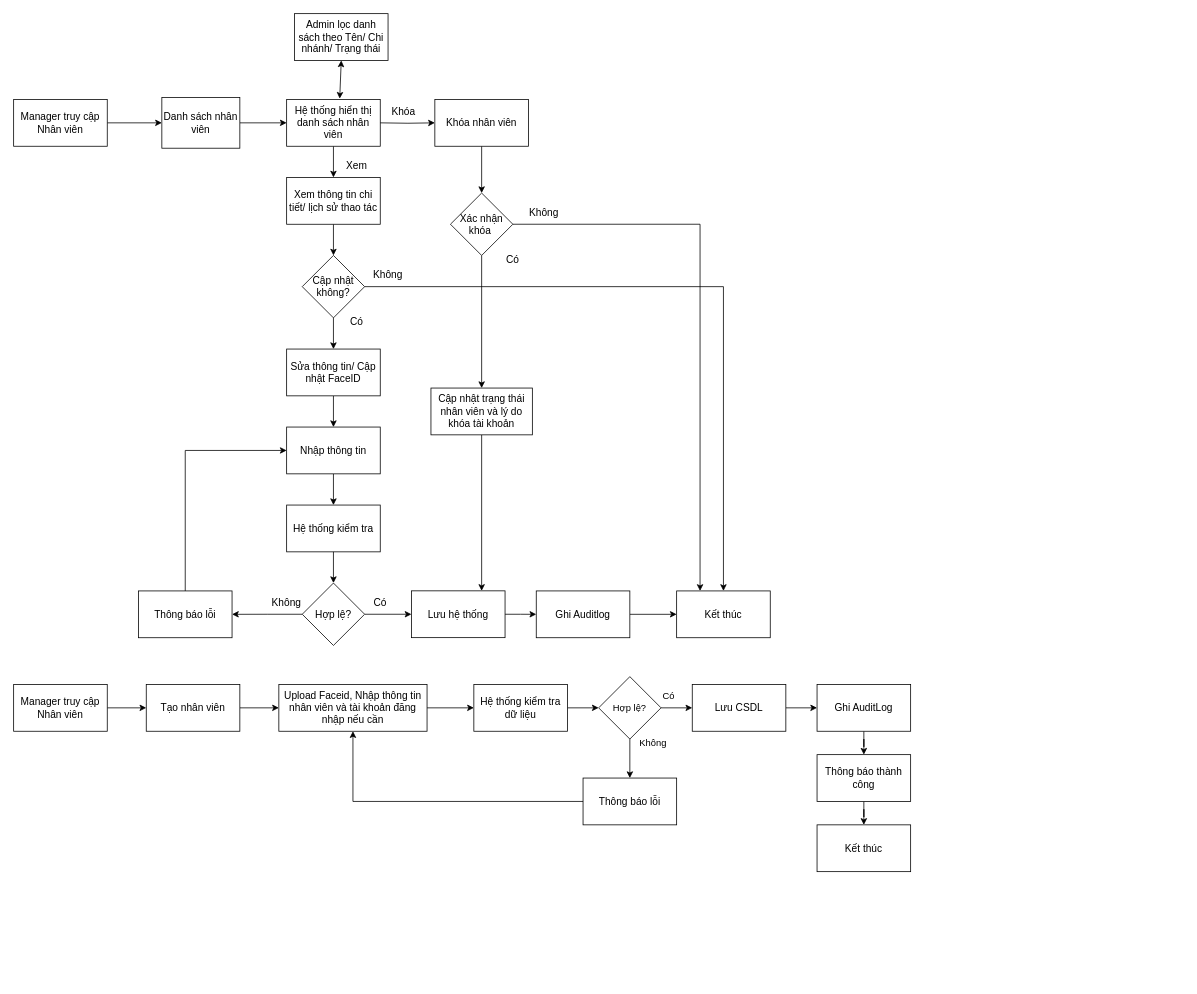
Before: SoDo/NghiepVu/Manager/Quản lý nhân viên.drawio in NguyenVanTruongdv/LuanVan, a draw.io diagram. Source tidied: cells renumbered, new cells numbered last; positions are measured from the earlier drawing's top-left corner, leaving out a move shared by most shapes. Both pictures are drawn from the tidied source at 78%, with x=0, y=0 at pixel (13, 13).
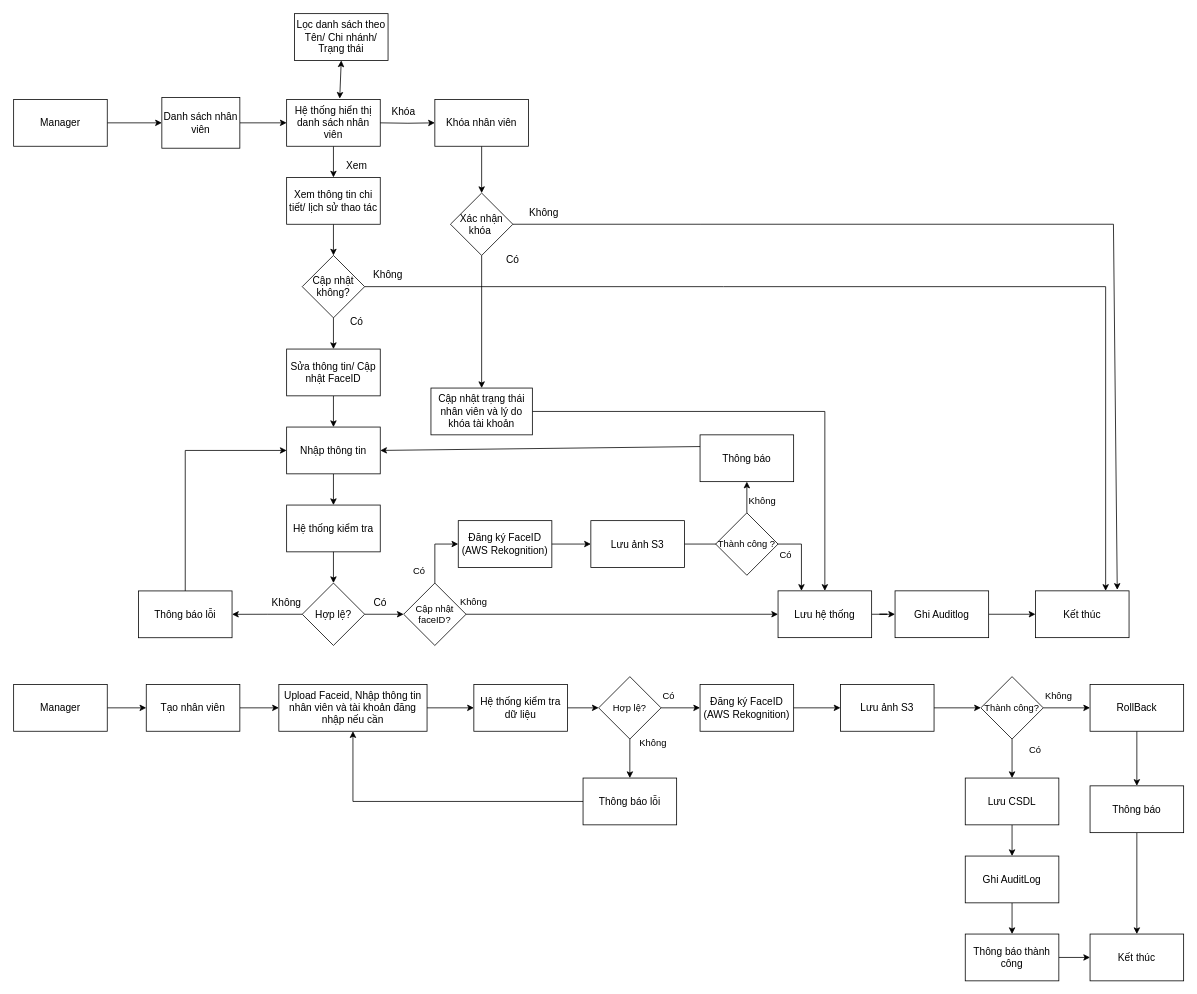
After the change.

Unchanged cells that the change refers to:
```xml
<mxCell id="17" value="Nhập thông tin" style="rounded=0;whiteSpace=wrap;html=1;fontSize=13;" parent="1" vertex="1">
  <mxGeometry x="350" y="530" width="120" height="60" as="geometry" />
</mxCell>
<mxCell id="21" value="Hợp lệ?" style="rhombus;whiteSpace=wrap;html=1;shapeInside=1;fontSize=13;" parent="1" vertex="1">
  <mxGeometry x="370" y="730" width="80" height="80" as="geometry" />
</mxCell>
<mxCell id="32" value="Cập nhật không?" style="rhombus;whiteSpace=wrap;html=1;shapeInside=1;fontSize=13;" parent="1" vertex="1">
  <mxGeometry x="370" y="310" width="80" height="80" as="geometry" />
</mxCell>
<mxCell id="39" value="Xác nhận khóa&amp;nbsp;" style="rhombus;whiteSpace=wrap;html=1;shapeInside=1;fontSize=13;" parent="1" vertex="1">
  <mxGeometry x="560" y="230" width="80" height="80" as="geometry" />
</mxCell>
<mxCell id="46" value="Cập nhật trạng thái nhân viên và lý do khóa tài khoản" style="rounded=0;whiteSpace=wrap;html=1;fontSize=13;" parent="1" vertex="1">
  <mxGeometry x="535" y="480" width="130" height="60" as="geometry" />
</mxCell>
<mxCell id="57" value="Hợp lệ?" style="rhombus;whiteSpace=wrap;html=1;shapeInside=1;" parent="1" vertex="1">
  <mxGeometry x="750" y="850" width="80" height="80" as="geometry" />
</mxCell>
```

The edit, as a diff of the source:
```diff
@@
-    <mxCell id="3" value="Manager truy cập Nhân viên" style="rounded=0;whiteSpace=wrap;html=1;fontSize=13;" parent="1" vertex="1">
+    <mxCell id="3" value="Manager" style="rounded=0;whiteSpace=wrap;html=1;fontSize=13;" parent="1" vertex="1">
       <mxGeometry y="110" width="120" height="60" as="geometry" />
     </mxCell>
@@
-    <mxCell id="8" value="Admin lọc danh sách theo Tên/ Chi nhánh/ Trạng thái" style="rounded=0;whiteSpace=wrap;html=1;fontSize=13;" parent="1" vertex="1">
+    <mxCell id="8" value="Lọc danh sách theo Tên/ Chi nhánh/ Trạng thái" style="rounded=0;whiteSpace=wrap;html=1;fontSize=13;" parent="1" vertex="1">
       <mxGeometry x="360" width="120" height="60" as="geometry" />
     </mxCell>
@@
-    <mxCell id="20" style="edgeStyle=orthogonalEdgeStyle;rounded=0;jettySize=auto;html=1;entryX=0;entryY=0.5;entryDx=0;entryDy=0;fontSize=13;" parent="1" edge="1" source="21" target="37">
-      <mxGeometry relative="1" as="geometry" />
-    </mxCell>
@@
     <mxCell id="23" value="Ghi Auditlog" style="rounded=0;whiteSpace=wrap;html=1;fontSize=13;" parent="1" vertex="1">
-      <mxGeometry x="670" y="740.1" width="120" height="60" as="geometry" />
+      <mxGeometry x="1130" y="740" width="120" height="60" as="geometry" />
     </mxCell>
@@
     <mxCell id="30" value="Kết thúc" style="rounded=0;whiteSpace=wrap;html=1;fontSize=13;" parent="1" vertex="1">
-      <mxGeometry x="850" y="740.1" width="120" height="60" as="geometry" />
+      <mxGeometry x="1310" y="740" width="120" height="60" as="geometry" />
     </mxCell>
@@
-    <mxCell id="33" style="endArrow=classic;html=1;rounded=0;exitX=1;exitY=0.5;exitDx=0;exitDy=0;entryX=0.5;entryY=0;entryDx=0;entryDy=0;fontSize=13;" parent="1" edge="1" source="32" target="30">
+    <mxCell id="33" style="endArrow=classic;html=1;rounded=0;exitX=1;exitY=0.5;exitDx=0;exitDy=0;entryX=0.75;entryY=0;entryDx=0;entryDy=0;fontSize=13;" parent="1" edge="1" source="32" target="30">
       <mxGeometry relative="1" as="geometry">
         <Array as="points">
           <mxPoint x="910" y="350" />
+          <mxPoint x="1400" y="350" />
         </Array>
       </mxGeometry>
     </mxCell>
@@
-    <mxCell id="36" style="edgeStyle=orthogonalEdgeStyle;rounded=0;jettySize=auto;html=1;fontSize=13;" parent="1" edge="1" source="37" target="23">
+    <mxCell id="36" style="edgeStyle=orthogonalEdgeStyle;rounded=0;jettySize=auto;html=1;" parent="1" edge="1" source="37" target="23">
       <mxGeometry relative="1" as="geometry" />
     </mxCell>
     <mxCell id="37" value="Lưu hệ thống" style="rounded=0;whiteSpace=wrap;html=1;fontSize=13;" parent="1" vertex="1">
-      <mxGeometry x="510" y="740" width="120" height="60" as="geometry" />
+      <mxGeometry x="980" y="740" width="120" height="60" as="geometry" />
     </mxCell>
@@
-    <mxCell id="40" style="endArrow=classic;html=1;rounded=0;exitX=1;exitY=0.5;exitDx=0;exitDy=0;entryX=0.25;entryY=0;entryDx=0;entryDy=0;fontSize=13;" parent="1" edge="1" source="39" target="30">
+    <mxCell id="40" style="endArrow=classic;html=1;rounded=0;exitX=1;exitY=0.5;exitDx=0;exitDy=0;entryX=0.874;entryY=-0.022;entryDx=0;entryDy=0;fontSize=13;entryPerimeter=0;" parent="1" edge="1" source="39" target="30">
       <mxGeometry relative="1" as="geometry">
         <Array as="points">
           <mxPoint x="880" y="270" />
+          <mxPoint x="1410" y="270" />
         </Array>
       </mxGeometry>
     </mxCell>
@@
-    <mxCell id="45" style="edgeStyle=orthogonalEdgeStyle;rounded=0;jettySize=auto;html=1;entryX=0.75;entryY=0;entryDx=0;entryDy=0;fontSize=13;" parent="1" edge="1" source="46" target="37">
+    <mxCell id="45" style="edgeStyle=orthogonalEdgeStyle;rounded=0;jettySize=auto;html=1;entryX=0.5;entryY=0;entryDx=0;entryDy=0;fontSize=13;" parent="1" edge="1" source="46" target="37">
       <mxGeometry relative="1" as="geometry" />
     </mxCell>
@@
-    <mxCell id="48" value="Manager truy cập Nhân viên" style="rounded=0;whiteSpace=wrap;html=1;fontSize=13;" parent="1" vertex="1">
+    <mxCell id="48" value="Manager" style="rounded=0;whiteSpace=wrap;html=1;fontSize=13;" parent="1" vertex="1">
       <mxGeometry y="860" width="120" height="60" as="geometry" />
     </mxCell>
@@
-    <mxCell id="56" style="edgeStyle=orthogonalEdgeStyle;rounded=0;jettySize=auto;html=1;" parent="1" edge="1" source="57" target="59">
-      <mxGeometry relative="1" as="geometry" />
-    </mxCell>
@@
     <mxCell id="59" value="Lưu CSDL" style="rounded=0;whiteSpace=wrap;html=1;fontSize=13;" parent="1" vertex="1">
-      <mxGeometry x="870" y="860" width="120" height="60" as="geometry" />
+      <mxGeometry x="1220" y="980" width="120" height="60" as="geometry" />
     </mxCell>
@@
     <mxCell id="61" value="Ghi AuditLog" style="rounded=0;whiteSpace=wrap;html=1;fontSize=13;" parent="1" vertex="1">
-      <mxGeometry x="1030" y="860" width="120" height="60" as="geometry" />
+      <mxGeometry x="1220" y="1080" width="120" height="60" as="geometry" />
     </mxCell>
@@
     <mxCell id="63" value="Thông báo thành công" style="rounded=0;whiteSpace=wrap;html=1;fontSize=13;" parent="1" vertex="1">
-      <mxGeometry x="1030" y="950" width="120" height="60" as="geometry" />
+      <mxGeometry x="1220" y="1180" width="120" height="60" as="geometry" />
     </mxCell>
     <mxCell id="64" value="Kết thúc" style="rounded=0;whiteSpace=wrap;html=1;fontSize=13;" parent="1" vertex="1">
-      <mxGeometry x="1030" y="1040" width="120" height="60" as="geometry" />
+      <mxGeometry x="1380" y="1180" width="120" height="60" as="geometry" />
     </mxCell>
@@
+    <mxCell id="69" style="edgeStyle=orthogonalEdgeStyle;rounded=0;jettySize=auto;html=1;entryX=0;entryY=0.5;entryDx=0;entryDy=0;fontSize=13;" parent="1" edge="1" source="90" target="70">
+      <mxGeometry relative="1" as="geometry" />
+    </mxCell>
+    <mxCell id="70" value="Đăng ký FaceID (AWS Rekognition)" style="rounded=0;whiteSpace=wrap;html=1;fontSize=13;" parent="1" vertex="1">
+      <mxGeometry x="570" y="650" width="120" height="60" as="geometry" />
+    </mxCell>
+    <mxCell id="71" style="edgeStyle=orthogonalEdgeStyle;rounded=0;jettySize=auto;html=1;entryX=0;entryY=0.5;entryDx=0;entryDy=0;fontSize=13;" parent="1" edge="1" source="70" target="73">
+      <mxGeometry relative="1" as="geometry" />
+    </mxCell>
+    <mxCell id="72" style="edgeStyle=orthogonalEdgeStyle;rounded=0;jettySize=auto;html=1;entryX=0.25;entryY=0;entryDx=0;entryDy=0;" parent="1" edge="1" source="73" target="37">
+      <mxGeometry relative="1" as="geometry" />
+    </mxCell>
+    <mxCell id="73" value="Lưu ảnh S3" style="rounded=0;whiteSpace=wrap;html=1;fontSize=13;" parent="1" vertex="1">
+      <mxGeometry x="740" y="650" width="120" height="60" as="geometry" />
+    </mxCell>
+    <mxCell id="74" style="edgeStyle=orthogonalEdgeStyle;rounded=0;jettySize=auto;html=1;" parent="1" edge="1" source="57" target="75">
+      <mxGeometry relative="1" as="geometry" />
+    </mxCell>
+    <mxCell id="75" value="Đăng ký FaceID (AWS Rekognition)" style="rounded=0;whiteSpace=wrap;html=1;fontSize=13;" parent="1" vertex="1">
+      <mxGeometry x="880" y="860" width="120" height="60" as="geometry" />
+    </mxCell>
+    <mxCell id="76" style="edgeStyle=orthogonalEdgeStyle;rounded=0;jettySize=auto;html=1;" parent="1" edge="1" source="75" target="78">
+      <mxGeometry relative="1" as="geometry" />
+    </mxCell>
+    <mxCell id="77" style="edgeStyle=orthogonalEdgeStyle;rounded=0;jettySize=auto;html=1;" parent="1" edge="1" source="78" target="81">
+      <mxGeometry relative="1" as="geometry" />
+    </mxCell>
+    <mxCell id="78" value="Lưu ảnh S3" style="rounded=0;whiteSpace=wrap;html=1;fontSize=13;" parent="1" vertex="1">
+      <mxGeometry x="1060" y="860" width="120" height="60" as="geometry" />
+    </mxCell>
+    <mxCell id="79" style="edgeStyle=orthogonalEdgeStyle;rounded=0;jettySize=auto;html=1;" parent="1" edge="1" source="81" target="59">
+      <mxGeometry relative="1" as="geometry" />
+    </mxCell>
+    <mxCell id="80" style="edgeStyle=orthogonalEdgeStyle;rounded=0;jettySize=auto;html=1;" parent="1" edge="1" source="81" target="83">
+      <mxGeometry relative="1" as="geometry" />
+    </mxCell>
+    <mxCell id="81" value="Thành công?" style="rhombus;whiteSpace=wrap;html=1;shapeInside=1;" parent="1" vertex="1">
+      <mxGeometry x="1240" y="850" width="80" height="80" as="geometry" />
+    </mxCell>
+    <mxCell id="82" style="edgeStyle=orthogonalEdgeStyle;rounded=0;jettySize=auto;html=1;" parent="1" edge="1" source="83" target="85">
+      <mxGeometry relative="1" as="geometry" />
+    </mxCell>
+    <mxCell id="83" value="RollBack" style="rounded=0;whiteSpace=wrap;html=1;fontSize=13;" parent="1" vertex="1">
+      <mxGeometry x="1380" y="860" width="120" height="60" as="geometry" />
+    </mxCell>
+    <mxCell id="84" style="edgeStyle=orthogonalEdgeStyle;rounded=0;jettySize=auto;html=1;entryX=0.5;entryY=0;entryDx=0;entryDy=0;" parent="1" edge="1" source="85" target="64">
+      <mxGeometry relative="1" as="geometry" />
+    </mxCell>
+    <mxCell id="85" value="Thông báo" style="rounded=0;whiteSpace=wrap;html=1;fontSize=13;" parent="1" vertex="1">
+      <mxGeometry x="1380" y="990" width="120" height="60" as="geometry" />
+    </mxCell>
+    <mxCell id="86" value="Không" style="text;html=1;whiteSpace=wrap;strokeColor=none;fillColor=none;align=center;verticalAlign=middle;rounded=0;" parent="1" vertex="1">
+      <mxGeometry x="1310" y="860" width="60" height="30" as="geometry" />
+    </mxCell>
+    <mxCell id="87" value="Có" style="text;html=1;whiteSpace=wrap;strokeColor=none;fillColor=none;align=center;verticalAlign=middle;rounded=0;" parent="1" vertex="1">
+      <mxGeometry x="1280" y="930" width="60" height="30" as="geometry" />
+    </mxCell>
+    <mxCell id="88" style="edgeStyle=orthogonalEdgeStyle;rounded=0;jettySize=auto;html=1;entryX=0;entryY=0.5;entryDx=0;entryDy=0;fontSize=13;" parent="1" edge="1" source="21" target="90">
+      <mxGeometry relative="1" as="geometry" />
+    </mxCell>
+    <mxCell id="89" style="edgeStyle=orthogonalEdgeStyle;rounded=0;jettySize=auto;html=1;entryX=0;entryY=0.5;entryDx=0;entryDy=0;" parent="1" edge="1" source="90" target="37">
+      <mxGeometry relative="1" as="geometry" />
+    </mxCell>
+    <mxCell id="90" value="Cập nhật faceID?" style="rhombus;whiteSpace=wrap;html=1;shapeInside=1;" parent="1" vertex="1">
+      <mxGeometry x="500" y="730" width="80" height="80" as="geometry" />
+    </mxCell>
+    <mxCell id="91" value="Không" style="text;html=1;whiteSpace=wrap;strokeColor=none;fillColor=none;align=center;verticalAlign=middle;rounded=0;" parent="1" vertex="1">
+      <mxGeometry x="560" y="740" width="60" height="30" as="geometry" />
+    </mxCell>
+    <mxCell id="92" value="Có" style="text;html=1;whiteSpace=wrap;strokeColor=none;fillColor=none;align=center;verticalAlign=middle;rounded=0;" parent="1" vertex="1">
+      <mxGeometry x="490" y="700" width="60" height="30" as="geometry" />
+    </mxCell>
+    <mxCell id="93" style="edgeStyle=orthogonalEdgeStyle;rounded=0;jettySize=auto;html=1;" parent="1" edge="1" source="94" target="95">
+      <mxGeometry relative="1" as="geometry" />
+    </mxCell>
+    <mxCell id="94" value="Thành công ?" style="rhombus;whiteSpace=wrap;html=1;shapeInside=1;" parent="1" vertex="1">
+      <mxGeometry x="900" y="640" width="80" height="80" as="geometry" />
+    </mxCell>
+    <mxCell id="95" value="Thông báo" style="rounded=0;whiteSpace=wrap;html=1;fontSize=13;" parent="1" vertex="1">
+      <mxGeometry x="880" y="540" width="120" height="60" as="geometry" />
+    </mxCell>
+    <mxCell id="96" style="endArrow=classic;html=1;rounded=0;exitX=0;exitY=0.25;exitDx=0;exitDy=0;entryX=1;entryY=0.5;entryDx=0;entryDy=0;" parent="1" edge="1" source="95" target="17">
+      <mxGeometry relative="1" as="geometry" />
+    </mxCell>
+    <mxCell id="97" value="Không" style="text;html=1;whiteSpace=wrap;strokeColor=none;fillColor=none;align=center;verticalAlign=middle;rounded=0;" parent="1" vertex="1">
+      <mxGeometry x="930" y="610" width="60" height="30" as="geometry" />
+    </mxCell>
+    <mxCell id="98" value="Có" style="text;html=1;whiteSpace=wrap;strokeColor=none;fillColor=none;align=center;verticalAlign=middle;rounded=0;" parent="1" vertex="1">
+      <mxGeometry x="960" y="680" width="60" height="30" as="geometry" />
+    </mxCell>
```
